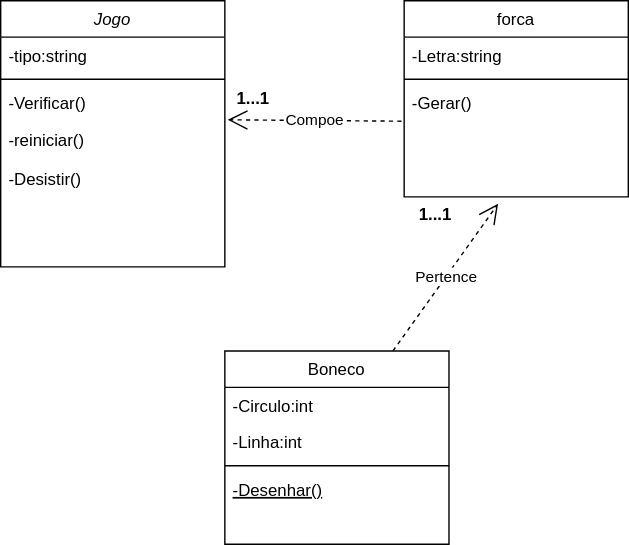
This is diagrama de classe jogo da forca.drawio.svg from Rob3rt2/Jogo_forca, a draw.io export, as it was before one commit. Source tidied: cells renumbered, new cells last; positions are measured from the earlier drawing's top-left corner, leaving out a move shared by most shapes. Source of this version:
```xml
<mxGraphModel>
  <root>
    <mxCell id="0" />
    <mxCell id="1" parent="0" />
    <mxCell id="2" value="Jogo" style="swimlane;fontStyle=2;align=center;verticalAlign=top;horizontal=1;startSize=26;rounded=0;shadow=0;strokeWidth=1;" parent="1" vertex="1">
      <mxGeometry width="160" height="190" as="geometry" />
    </mxCell>
    <mxCell id="3" value="-tipo:string" style="text;align=left;verticalAlign=top;spacingLeft=4;spacingRight=4;overflow=hidden;" parent="2" vertex="1">
      <mxGeometry y="26" width="160" height="26" as="geometry" />
    </mxCell>
    <mxCell id="4" style="line;html=1;strokeWidth=1;align=left;verticalAlign=middle;spacingTop=-1;spacingLeft=3;spacingRight=3;labelPosition=right;" parent="2" vertex="1">
      <mxGeometry y="52" width="160" height="8" as="geometry" />
    </mxCell>
    <mxCell id="5" value="-Verificar()" style="text;align=left;verticalAlign=top;spacingLeft=4;spacingRight=4;overflow=hidden;" parent="2" vertex="1">
      <mxGeometry y="60" width="160" height="26" as="geometry" />
    </mxCell>
    <mxCell id="6" value="-reiniciar()" style="text;align=left;verticalAlign=top;spacingLeft=4;spacingRight=4;overflow=hidden;" parent="2" vertex="1">
      <mxGeometry y="86" width="160" height="28" as="geometry" />
    </mxCell>
    <mxCell id="7" value="-Desistir()" style="text;align=left;verticalAlign=top;spacingLeft=4;spacingRight=4;overflow=hidden;" parent="2" vertex="1">
      <mxGeometry y="114" width="160" height="28" as="geometry" />
    </mxCell>
    <mxCell id="8" value="Boneco" style="swimlane;fontStyle=0;align=center;verticalAlign=top;horizontal=1;startSize=26;rounded=0;shadow=0;strokeWidth=1;" parent="1" vertex="1">
      <mxGeometry x="160" y="250" width="160" height="138" as="geometry" />
    </mxCell>
    <mxCell id="9" value="-Circulo:int" style="text;align=left;verticalAlign=top;spacingLeft=4;spacingRight=4;overflow=hidden;" parent="8" vertex="1">
      <mxGeometry y="26" width="160" height="26" as="geometry" />
    </mxCell>
    <mxCell id="10" value="-Linha:int" style="text;align=left;verticalAlign=top;spacingLeft=4;spacingRight=4;overflow=hidden;rounded=0;shadow=0;html=0;" parent="8" vertex="1">
      <mxGeometry y="52" width="160" height="26" as="geometry" />
    </mxCell>
    <mxCell id="11" style="line;html=1;strokeWidth=1;align=left;verticalAlign=middle;spacingTop=-1;spacingLeft=3;spacingRight=3;labelPosition=right;" parent="8" vertex="1">
      <mxGeometry y="78" width="160" height="8" as="geometry" />
    </mxCell>
    <mxCell id="12" value="-Desenhar()" style="text;align=left;verticalAlign=top;spacingLeft=4;spacingRight=4;overflow=hidden;fontStyle=4;" parent="8" vertex="1">
      <mxGeometry y="86" width="160" height="26" as="geometry" />
    </mxCell>
    <mxCell id="13" value="forca" style="swimlane;fontStyle=0;align=center;verticalAlign=top;horizontal=1;startSize=26;rounded=0;shadow=0;strokeWidth=1;" parent="1" vertex="1">
      <mxGeometry x="288" width="160" height="140" as="geometry" />
    </mxCell>
    <mxCell id="14" value="-Letra:string" style="text;align=left;verticalAlign=top;spacingLeft=4;spacingRight=4;overflow=hidden;" parent="13" vertex="1">
      <mxGeometry y="26" width="160" height="26" as="geometry" />
    </mxCell>
    <mxCell id="15" style="line;html=1;strokeWidth=1;align=left;verticalAlign=middle;spacingTop=-1;spacingLeft=3;spacingRight=3;labelPosition=right;" parent="13" vertex="1">
      <mxGeometry y="52" width="160" height="8" as="geometry" />
    </mxCell>
    <mxCell id="16" value="-Gerar()" style="text;align=left;verticalAlign=top;spacingLeft=4;spacingRight=4;overflow=hidden;points=[[0,0.5],[1,0.5]];portConstraint=eastwest;" parent="13" vertex="1">
      <mxGeometry y="60" width="160" height="26" as="geometry" />
    </mxCell>
    <mxCell id="17" value="Compoe" style="endArrow=open;endSize=12;dashed=1;html=1;rounded=0;entryX=1.013;entryY=1.269;entryDx=0;entryDy=0;entryPerimeter=0;exitX=-0.012;exitY=1;exitDx=0;exitDy=0;exitPerimeter=0;" parent="1" edge="1" source="16">
      <mxGeometry relative="1" as="geometry">
        <mxPoint x="162.1" y="85" as="targetPoint" />
      </mxGeometry>
    </mxCell>
    <mxCell id="18" value="Pertence" style="endArrow=open;endSize=12;dashed=1;html=1;rounded=0;entryX=1.063;entryY=0.192;entryDx=0;entryDy=0;entryPerimeter=0;exitX=0.75;exitY=0;exitDx=0;exitDy=0;" parent="1" edge="1" source="8" target="20">
      <mxGeometry relative="1" as="geometry" />
    </mxCell>
    <mxCell id="19" value="1...1" style="text;align=center;fontStyle=1;verticalAlign=middle;spacingLeft=3;spacingRight=3;strokeColor=none;html=1;" parent="1" vertex="1">
      <mxGeometry x="140" y="57" width="80" height="26" as="geometry" />
    </mxCell>
    <mxCell id="20" value="1...1" style="text;align=center;fontStyle=1;verticalAlign=middle;spacingLeft=3;spacingRight=3;strokeColor=none;points=[[0,0.5],[1,0.5]];portConstraint=eastwest;html=1;" parent="1" vertex="1">
      <mxGeometry x="270" y="140" width="80" height="26" as="geometry" />
    </mxCell>
  </root>
</mxGraphModel>
```
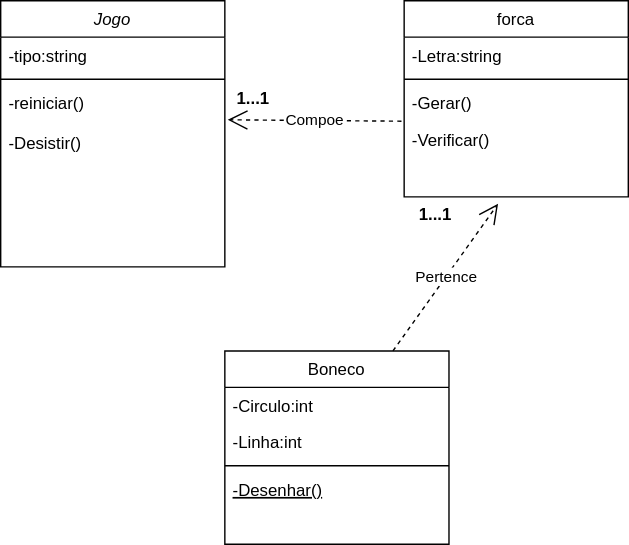
Later version of the same file.

Change to the diagram source:
```diff
@@ -11,14 +11,11 @@
     <mxCell id="4" style="line;html=1;strokeWidth=1;align=left;verticalAlign=middle;spacingTop=-1;spacingLeft=3;spacingRight=3;labelPosition=right;" parent="2" vertex="1">
       <mxGeometry y="52" width="160" height="8" as="geometry" />
     </mxCell>
-    <mxCell id="5" value="-Verificar()" style="text;align=left;verticalAlign=top;spacingLeft=4;spacingRight=4;overflow=hidden;" parent="2" vertex="1">
-      <mxGeometry y="60" width="160" height="26" as="geometry" />
-    </mxCell>
     <mxCell id="6" value="-reiniciar()" style="text;align=left;verticalAlign=top;spacingLeft=4;spacingRight=4;overflow=hidden;" parent="2" vertex="1">
-      <mxGeometry y="86" width="160" height="28" as="geometry" />
+      <mxGeometry y="60" width="160" height="28" as="geometry" />
     </mxCell>
     <mxCell id="7" value="-Desistir()" style="text;align=left;verticalAlign=top;spacingLeft=4;spacingRight=4;overflow=hidden;" parent="2" vertex="1">
-      <mxGeometry y="114" width="160" height="28" as="geometry" />
+      <mxGeometry y="88" width="160" height="28" as="geometry" />
     </mxCell>
     <mxCell id="8" value="Boneco" style="swimlane;fontStyle=0;align=center;verticalAlign=top;horizontal=1;startSize=26;rounded=0;shadow=0;strokeWidth=1;" parent="1" vertex="1">
       <mxGeometry x="160" y="250" width="160" height="138" as="geometry" />
@@ -47,6 +44,9 @@
     <mxCell id="16" value="-Gerar()" style="text;align=left;verticalAlign=top;spacingLeft=4;spacingRight=4;overflow=hidden;points=[[0,0.5],[1,0.5]];portConstraint=eastwest;" parent="13" vertex="1">
       <mxGeometry y="60" width="160" height="26" as="geometry" />
     </mxCell>
+    <mxCell id="5" value="-Verificar()" style="text;align=left;verticalAlign=top;spacingLeft=4;spacingRight=4;overflow=hidden;" parent="13" vertex="1">
+      <mxGeometry y="86" width="160" height="26" as="geometry" />
+    </mxCell>
     <mxCell id="17" value="Compoe" style="endArrow=open;endSize=12;dashed=1;html=1;rounded=0;entryX=1.013;entryY=1.269;entryDx=0;entryDy=0;entryPerimeter=0;exitX=-0.012;exitY=1;exitDx=0;exitDy=0;exitPerimeter=0;" parent="1" edge="1" source="16">
       <mxGeometry relative="1" as="geometry">
         <mxPoint x="162.1" y="85" as="targetPoint" />
```
